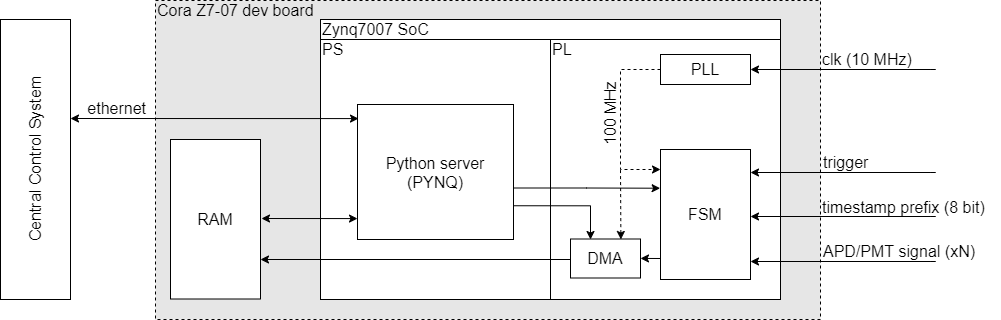
Above: doc/lidarTDC.png in dspsandbox/lidarTDC (draw.io), before the change. Source tidied: cells renumbered, new cells last; positions are measured from the earlier drawing's top-left corner, leaving out a move shared by most shapes.
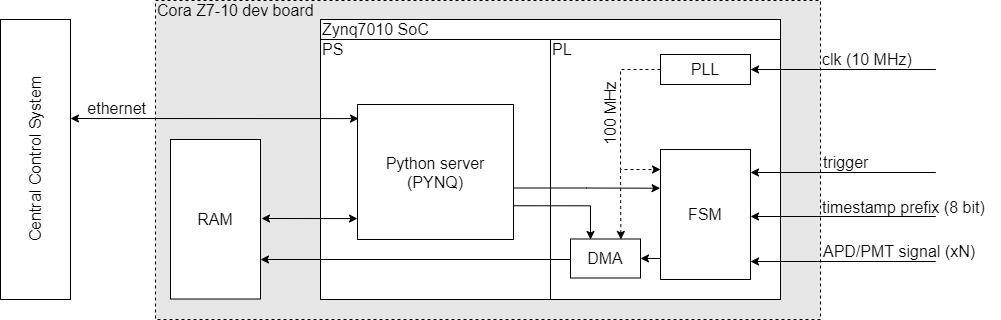
Above is the later version.

Diff of the diagram source:
```diff
@@ -11,7 +11,7 @@
     <mxCell id="4" style="rounded=0;whiteSpace=wrap;html=1;" parent="1" vertex="1">
       <mxGeometry x="605" y="39" width="230" height="260" as="geometry" />
     </mxCell>
-    <mxCell id="5" value="&lt;font style=&quot;font-size: 16px&quot;&gt;Zynq7007 SoC&lt;/font&gt;" style="text;html=1;align=left;verticalAlign=middle;" parent="1" vertex="1">
+    <mxCell id="5" value="&lt;font style=&quot;font-size: 16px&quot;&gt;Zynq7010 SoC&lt;/font&gt;" style="text;html=1;align=left;verticalAlign=middle;" parent="1" vertex="1">
       <mxGeometry x="375" y="19" width="120" height="20" as="geometry" />
     </mxCell>
     <mxCell id="6" style="rounded=0;whiteSpace=wrap;html=1;" parent="1" vertex="1">
@@ -129,7 +129,7 @@
     <mxCell id="28" value="&lt;font style=&quot;font-size: 16px&quot;&gt;Central Control System&lt;/font&gt;" style="text;html=1;align=center;verticalAlign=middle;rotation=270;" parent="1" vertex="1">
       <mxGeometry y="149" width="180" height="20" as="geometry" />
     </mxCell>
-    <mxCell id="29" value="&lt;font style=&quot;font-size: 16px&quot;&gt;Cora Z7-07 dev board&lt;/font&gt;" style="text;html=1;align=left;verticalAlign=middle;" parent="1" vertex="1">
+    <mxCell id="29" value="&lt;font style=&quot;font-size: 16px&quot;&gt;Cora Z7-10 dev board&lt;/font&gt;" style="text;html=1;align=left;verticalAlign=middle;" parent="1" vertex="1">
       <mxGeometry x="210" width="170" height="20" as="geometry" />
     </mxCell>
     <mxCell id="30" style="edgeStyle=orthogonalEdgeStyle;rounded=0;jettySize=auto;html=1;exitX=0;exitY=0.5;exitDx=0;exitDy=0;dashed=1;" parent="1" edge="1" source="31">
```
